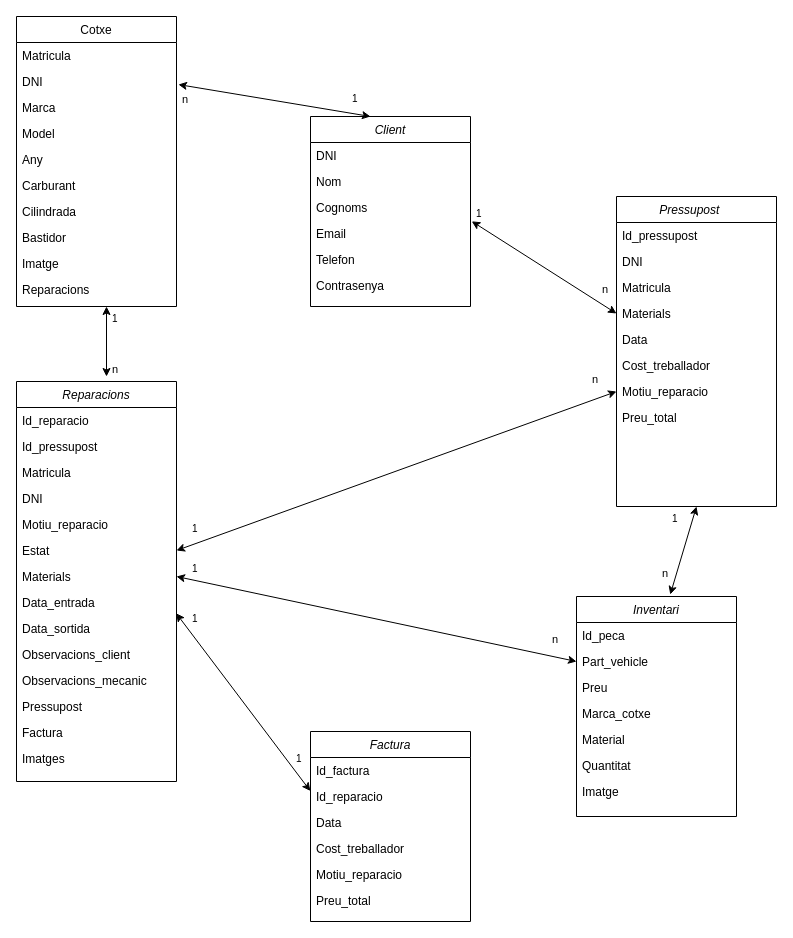
Before: Diagramas/DiagramaProjectoP1.drawio in ivaandeelgado/ProjecteFinal, a draw.io diagram. Source tidied: cells renumbered, new cells numbered last; positions are measured from the earlier drawing's top-left corner, leaving out a move shared by most shapes. Both pictures are drawn from the tidied source at 100%, with x=0, y=0 at pixel (16, 16).
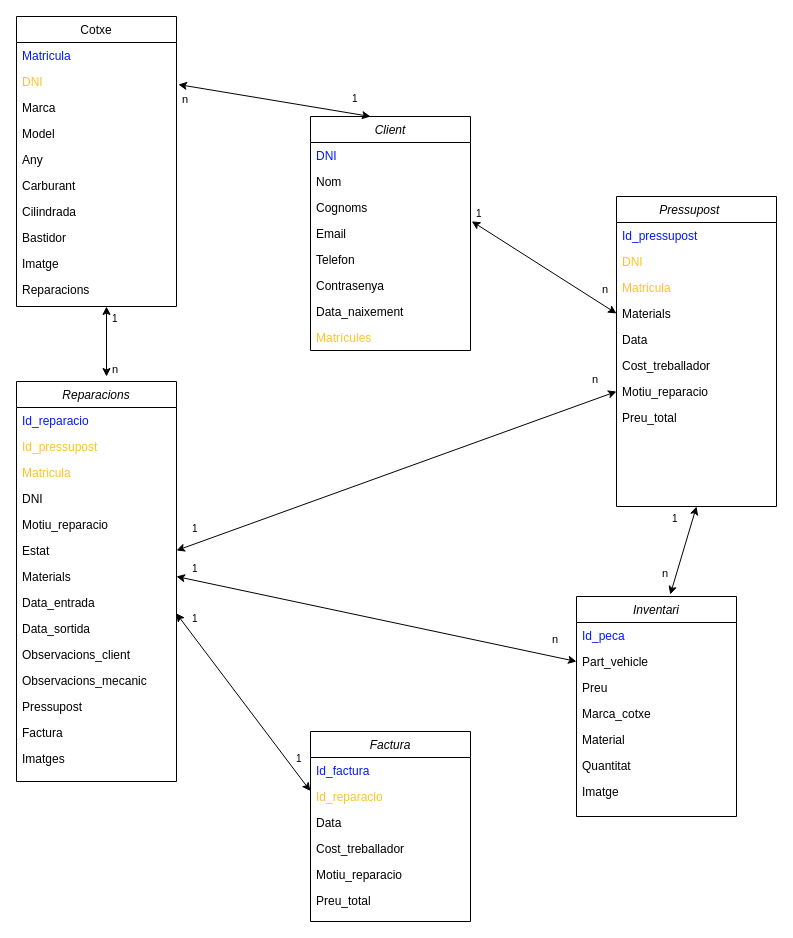
After the change.

The change refers to these unchanged cells:
```xml
<mxCell id="9" value="Cotxe" style="swimlane;fontStyle=0;align=center;verticalAlign=top;horizontal=1;startSize=26;rounded=0;shadow=0;strokeWidth=1;" parent="1" vertex="1">
  <mxGeometry width="160" height="290" as="geometry" />
</mxCell>
<mxCell id="20" value="Reparacions" style="swimlane;fontStyle=2;align=center;verticalAlign=top;horizontal=1;startSize=26;rounded=0;shadow=0;strokeWidth=1;" parent="1" vertex="1">
  <mxGeometry y="365" width="160" height="400" as="geometry" />
</mxCell>
<mxCell id="35" value="Pressupost    " style="swimlane;fontStyle=2;align=center;verticalAlign=top;horizontal=1;startSize=26;rounded=0;shadow=0;strokeWidth=1;" parent="1" vertex="1">
  <mxGeometry x="600" y="180" width="160" height="310" as="geometry" />
</mxCell>
<mxCell id="44" value="Inventari" style="swimlane;fontStyle=2;align=center;verticalAlign=top;horizontal=1;startSize=26;rounded=0;shadow=0;strokeWidth=1;" parent="1" vertex="1">
  <mxGeometry x="560" y="580" width="160" height="220" as="geometry" />
</mxCell>
<mxCell id="52" value="Factura" style="swimlane;fontStyle=2;align=center;verticalAlign=top;horizontal=1;startSize=26;rounded=0;shadow=0;strokeWidth=1;" parent="1" vertex="1">
  <mxGeometry x="294" y="715" width="160" height="190" as="geometry" />
</mxCell>
```

Change to the diagram source:
```diff
@@
     <mxCell id="2" value="Client" style="swimlane;fontStyle=2;align=center;verticalAlign=top;horizontal=1;startSize=26;rounded=0;shadow=0;strokeWidth=1;" parent="1" vertex="1">
-      <mxGeometry x="294" y="100" width="160" height="190" as="geometry" />
+      <mxGeometry x="294" y="100" width="160" height="234" as="geometry" />
     </mxCell>
-    <mxCell id="3" value="DNI" style="text;align=left;verticalAlign=top;spacingLeft=4;spacingRight=4;overflow=hidden;" parent="2" vertex="1">
+    <mxCell id="3" value="DNI" style="text;align=left;verticalAlign=top;spacingLeft=4;spacingRight=4;overflow=hidden;fontColor=#0019FF;" parent="2" vertex="1">
       <mxGeometry y="26" width="160" height="26" as="geometry" />
     </mxCell>
@@
+    <mxCell id="80" value="Data_naixement" style="text;align=left;verticalAlign=top;spacingLeft=4;spacingRight=4;overflow=hidden;rounded=0;shadow=0;html=0;" parent="2" vertex="1">
+      <mxGeometry y="182" width="160" height="26" as="geometry" />
+    </mxCell>
+    <mxCell id="81" value="Matrícules" style="text;align=left;verticalAlign=top;spacingLeft=4;spacingRight=4;overflow=hidden;rounded=0;shadow=0;html=0;fontColor=#FFC321;" parent="2" vertex="1">
+      <mxGeometry y="208" width="160" height="26" as="geometry" />
+    </mxCell>
@@
-    <mxCell id="10" value="Matricula" style="text;align=left;verticalAlign=top;spacingLeft=4;spacingRight=4;overflow=hidden;" parent="9" vertex="1">
+    <mxCell id="10" value="Matricula" style="text;align=left;verticalAlign=top;spacingLeft=4;spacingRight=4;overflow=hidden;fontColor=#0019FF;" parent="9" vertex="1">
       <mxGeometry y="26" width="160" height="26" as="geometry" />
     </mxCell>
-    <mxCell id="11" value="DNI" style="text;align=left;verticalAlign=top;spacingLeft=4;spacingRight=4;overflow=hidden;points=[[0,0.5],[1,0.5]];portConstraint=eastwest;rounded=0;shadow=0;html=0;" parent="9" vertex="1">
+    <mxCell id="11" value="DNI" style="text;align=left;verticalAlign=top;spacingLeft=4;spacingRight=4;overflow=hidden;points=[[0,0.5],[1,0.5]];portConstraint=eastwest;rounded=0;shadow=0;html=0;fontColor=#FFC321;" parent="9" vertex="1">
       <mxGeometry y="52" width="160" height="26" as="geometry" />
     </mxCell>
@@
-    <mxCell id="21" value="Id_reparacio" style="text;align=left;verticalAlign=top;spacingLeft=4;spacingRight=4;overflow=hidden;rounded=0;shadow=0;html=0;" parent="20" vertex="1">
+    <mxCell id="21" value="Id_reparacio" style="text;align=left;verticalAlign=top;spacingLeft=4;spacingRight=4;overflow=hidden;rounded=0;shadow=0;html=0;fontColor=#0019FF;" parent="20" vertex="1">
       <mxGeometry y="26" width="160" height="26" as="geometry" />
     </mxCell>
-    <mxCell id="22" value="Id_pressupost" style="text;align=left;verticalAlign=top;spacingLeft=4;spacingRight=4;overflow=hidden;rounded=0;shadow=0;html=0;" parent="20" vertex="1">
+    <mxCell id="22" value="Id_pressupost" style="text;align=left;verticalAlign=top;spacingLeft=4;spacingRight=4;overflow=hidden;rounded=0;shadow=0;html=0;fontColor=#FFC321;" parent="20" vertex="1">
       <mxGeometry y="52" width="160" height="26" as="geometry" />
     </mxCell>
-    <mxCell id="23" value="Matricula" style="text;align=left;verticalAlign=top;spacingLeft=4;spacingRight=4;overflow=hidden;" parent="20" vertex="1">
+    <mxCell id="23" value="Matricula" style="text;align=left;verticalAlign=top;spacingLeft=4;spacingRight=4;overflow=hidden;fontColor=#FFC321;" parent="20" vertex="1">
       <mxGeometry y="78" width="160" height="26" as="geometry" />
     </mxCell>
@@
-    <mxCell id="36" value="Id_pressupost" style="text;align=left;verticalAlign=top;spacingLeft=4;spacingRight=4;overflow=hidden;rounded=0;shadow=0;html=0;" parent="35" vertex="1">
+    <mxCell id="36" value="Id_pressupost" style="text;align=left;verticalAlign=top;spacingLeft=4;spacingRight=4;overflow=hidden;rounded=0;shadow=0;html=0;fontColor=#0019FF;" parent="35" vertex="1">
       <mxGeometry y="26" width="160" height="26" as="geometry" />
     </mxCell>
-    <mxCell id="37" value="DNI" style="text;align=left;verticalAlign=top;spacingLeft=4;spacingRight=4;overflow=hidden;rounded=0;shadow=0;html=0;" parent="35" vertex="1">
+    <mxCell id="37" value="DNI" style="text;align=left;verticalAlign=top;spacingLeft=4;spacingRight=4;overflow=hidden;rounded=0;shadow=0;html=0;fontColor=#FFC321;" parent="35" vertex="1">
       <mxGeometry y="52" width="160" height="26" as="geometry" />
     </mxCell>
-    <mxCell id="38" value="Matricula" style="text;align=left;verticalAlign=top;spacingLeft=4;spacingRight=4;overflow=hidden;rounded=0;shadow=0;html=0;" parent="35" vertex="1">
+    <mxCell id="38" value="Matricula" style="text;align=left;verticalAlign=top;spacingLeft=4;spacingRight=4;overflow=hidden;rounded=0;shadow=0;html=0;fontColor=#FFC321;" parent="35" vertex="1">
       <mxGeometry y="78" width="160" height="26" as="geometry" />
     </mxCell>
@@
-    <mxCell id="45" value="Id_peca        " style="text;align=left;verticalAlign=top;spacingLeft=4;spacingRight=4;overflow=hidden;rounded=0;shadow=0;html=0;" parent="44" vertex="1">
+    <mxCell id="45" value="Id_peca        " style="text;align=left;verticalAlign=top;spacingLeft=4;spacingRight=4;overflow=hidden;rounded=0;shadow=0;html=0;fontColor=#0019FF;" parent="44" vertex="1">
       <mxGeometry y="26" width="160" height="26" as="geometry" />
     </mxCell>
@@
-    <mxCell id="53" value="Id_factura" style="text;align=left;verticalAlign=top;spacingLeft=4;spacingRight=4;overflow=hidden;rounded=0;shadow=0;html=0;" parent="52" vertex="1">
+    <mxCell id="53" value="Id_factura" style="text;align=left;verticalAlign=top;spacingLeft=4;spacingRight=4;overflow=hidden;rounded=0;shadow=0;html=0;fontColor=#0019FF;" parent="52" vertex="1">
       <mxGeometry y="26" width="160" height="26" as="geometry" />
     </mxCell>
-    <mxCell id="54" value="Id_reparacio" style="text;align=left;verticalAlign=top;spacingLeft=4;spacingRight=4;overflow=hidden;points=[[0,0.5],[1,0.5]];portConstraint=eastwest;rounded=0;shadow=0;html=0;" parent="52" vertex="1">
+    <mxCell id="54" value="Id_reparacio" style="text;align=left;verticalAlign=top;spacingLeft=4;spacingRight=4;overflow=hidden;points=[[0,0.5],[1,0.5]];portConstraint=eastwest;rounded=0;shadow=0;html=0;fontColor=#FFC321;" parent="52" vertex="1">
       <mxGeometry y="52" width="160" height="26" as="geometry" />
     </mxCell>
```
